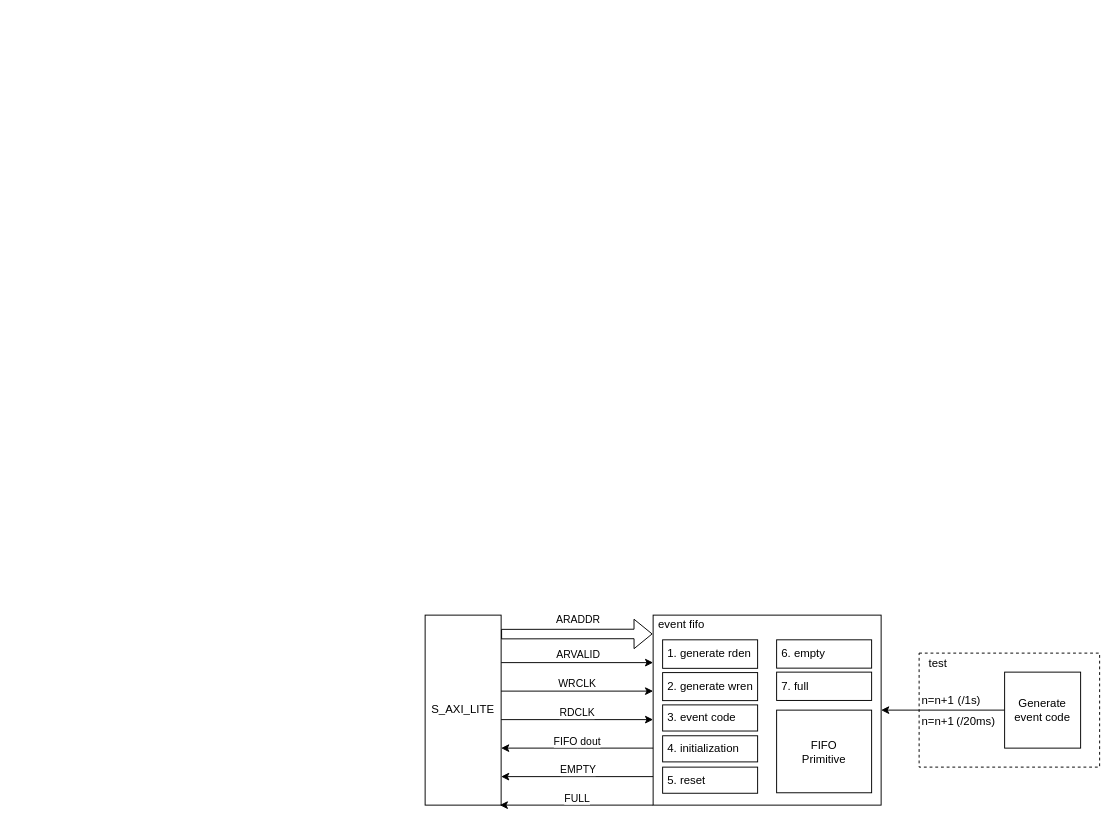
gitzhangzhao/Draw.io keeps this draw.io diagram as Untitled Diagram1.drawio. Above is the earlier version. Source tidied: cells renumbered, new cells numbered last; positions are measured from the earlier drawing's top-left corner, leaving out a move shared by most shapes. Both pictures are drawn from the tidied source at 95%, with x=0, y=0 at pixel (425, 615).
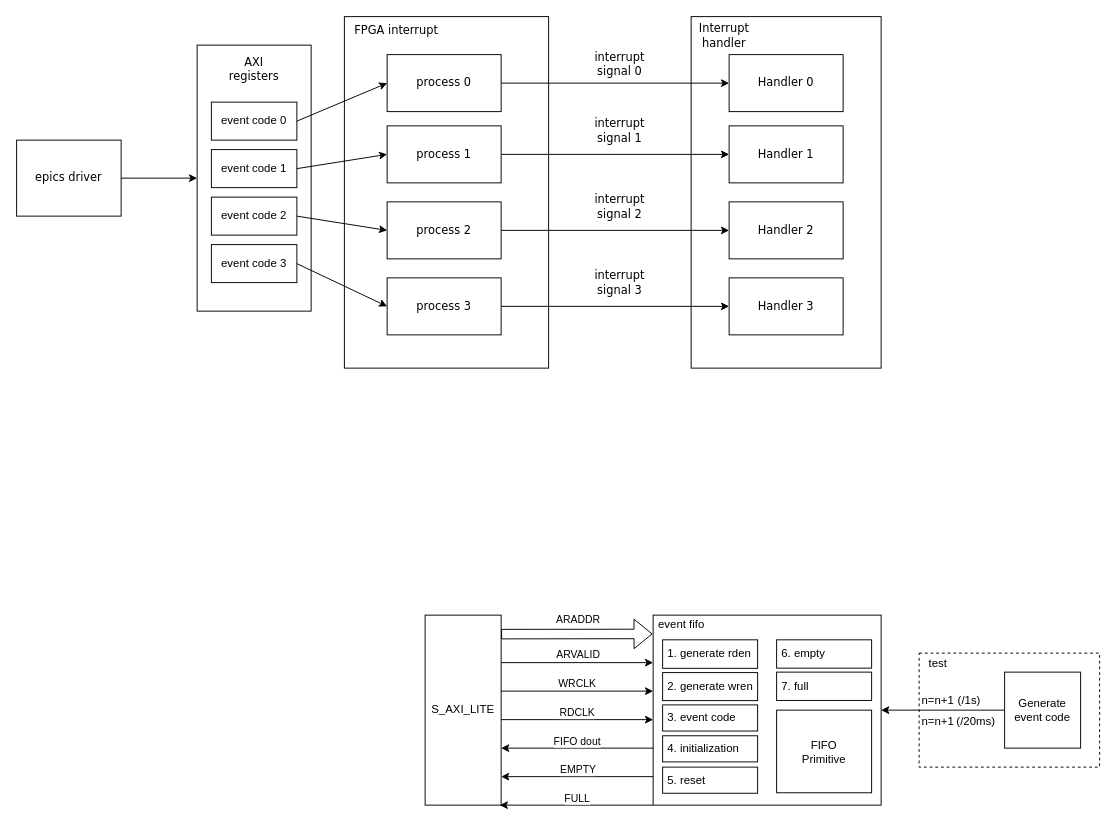
The same diagram, later.

What changed in the source:
```diff
@@
+    <mxCell id="36" style="rounded=0;whiteSpace=wrap;html=1;fontFamily=Verdana;" parent="1" vertex="1">
+      <mxGeometry x="280" y="-630" width="200" height="370" as="geometry" />
+    </mxCell>
+    <mxCell id="37" style="rounded=0;whiteSpace=wrap;html=1;" parent="1" vertex="1">
+      <mxGeometry x="-240" y="-600" width="120" height="280" as="geometry" />
+    </mxCell>
@@
+    <mxCell id="38" value="&lt;div&gt;&lt;font face=&quot;Verdana&quot;&gt;AXI&lt;/font&gt;&lt;/div&gt;&lt;div&gt;&lt;font face=&quot;Verdana&quot;&gt;registers&lt;/font&gt;&lt;/div&gt;" style="text;html=1;strokeColor=none;fillColor=none;align=center;verticalAlign=middle;whiteSpace=wrap;rounded=0;" parent="1" vertex="1">
+      <mxGeometry x="-210" y="-590" width="60" height="30" as="geometry" />
+    </mxCell>
+    <mxCell id="39" value="event code 0" style="rounded=0;whiteSpace=wrap;html=1;" parent="1" vertex="1">
+      <mxGeometry x="-225" y="-540" width="90" height="40" as="geometry" />
+    </mxCell>
+    <mxCell id="40" value="event code 1" style="rounded=0;whiteSpace=wrap;html=1;" parent="1" vertex="1">
+      <mxGeometry x="-225" y="-490" width="90" height="40" as="geometry" />
+    </mxCell>
+    <mxCell id="41" value="event code 2" style="rounded=0;whiteSpace=wrap;html=1;" parent="1" vertex="1">
+      <mxGeometry x="-225" y="-440" width="90" height="40" as="geometry" />
+    </mxCell>
+    <mxCell id="42" value="event code 3" style="rounded=0;whiteSpace=wrap;html=1;" parent="1" vertex="1">
+      <mxGeometry x="-225" y="-390" width="90" height="40" as="geometry" />
+    </mxCell>
+    <mxCell id="43" style="edgeStyle=orthogonalEdgeStyle;rounded=0;jettySize=auto;html=1;exitX=1;exitY=0.5;exitDx=0;exitDy=0;fontFamily=Verdana;" parent="1" edge="1" source="44" target="37">
+      <mxGeometry relative="1" as="geometry" />
+    </mxCell>
+    <mxCell id="44" value="epics driver" style="rounded=0;whiteSpace=wrap;html=1;fontFamily=Verdana;" parent="1" vertex="1">
+      <mxGeometry x="-430" y="-500" width="110" height="80" as="geometry" />
+    </mxCell>
+    <mxCell id="45" style="rounded=0;whiteSpace=wrap;html=1;fontFamily=Verdana;" parent="1" vertex="1">
+      <mxGeometry x="-85" y="-630" width="215" height="370" as="geometry" />
+    </mxCell>
+    <mxCell id="46" style="edgeStyle=orthogonalEdgeStyle;rounded=0;jettySize=auto;html=1;exitX=1;exitY=0.5;exitDx=0;exitDy=0;entryX=0;entryY=0.5;entryDx=0;entryDy=0;fontFamily=Verdana;" parent="1" edge="1" source="47" target="60">
+      <mxGeometry relative="1" as="geometry" />
+    </mxCell>
+    <mxCell id="47" value="process 0" style="rounded=0;whiteSpace=wrap;html=1;fontFamily=Verdana;" parent="1" vertex="1">
+      <mxGeometry x="-40" y="-590" width="120" height="60" as="geometry" />
+    </mxCell>
+    <mxCell id="48" style="edgeStyle=orthogonalEdgeStyle;rounded=0;jettySize=auto;html=1;exitX=1;exitY=0.5;exitDx=0;exitDy=0;fontFamily=Verdana;" parent="1" edge="1" source="49" target="61">
+      <mxGeometry relative="1" as="geometry" />
+    </mxCell>
+    <mxCell id="49" value="process 1" style="rounded=0;whiteSpace=wrap;html=1;fontFamily=Verdana;" parent="1" vertex="1">
+      <mxGeometry x="-40" y="-515" width="120" height="60" as="geometry" />
+    </mxCell>
+    <mxCell id="50" style="edgeStyle=orthogonalEdgeStyle;rounded=0;jettySize=auto;html=1;exitX=1;exitY=0.5;exitDx=0;exitDy=0;entryX=0;entryY=0.5;entryDx=0;entryDy=0;fontFamily=Verdana;" parent="1" edge="1" source="51" target="62">
+      <mxGeometry relative="1" as="geometry" />
+    </mxCell>
+    <mxCell id="51" value="process 2" style="rounded=0;whiteSpace=wrap;html=1;fontFamily=Verdana;" parent="1" vertex="1">
+      <mxGeometry x="-40" y="-435" width="120" height="60" as="geometry" />
+    </mxCell>
+    <mxCell id="52" style="edgeStyle=orthogonalEdgeStyle;rounded=0;jettySize=auto;html=1;exitX=1;exitY=0.5;exitDx=0;exitDy=0;entryX=0;entryY=0.5;entryDx=0;entryDy=0;fontFamily=Verdana;" parent="1" edge="1" source="53" target="63">
+      <mxGeometry relative="1" as="geometry" />
+    </mxCell>
+    <mxCell id="53" value="process 3" style="rounded=0;whiteSpace=wrap;html=1;fontFamily=Verdana;" parent="1" vertex="1">
+      <mxGeometry x="-40" y="-355" width="120" height="60" as="geometry" />
+    </mxCell>
+    <mxCell id="54" style="endArrow=classic;html=1;rounded=0;fontFamily=Verdana;exitX=1;exitY=0.5;exitDx=0;exitDy=0;entryX=0;entryY=0.5;entryDx=0;entryDy=0;" parent="1" edge="1" source="39" target="47">
+      <mxGeometry relative="1" as="geometry" />
+    </mxCell>
+    <mxCell id="55" style="endArrow=classic;html=1;rounded=0;fontFamily=Verdana;exitX=1;exitY=0.5;exitDx=0;exitDy=0;entryX=0;entryY=0.5;entryDx=0;entryDy=0;" parent="1" edge="1" source="40" target="49">
+      <mxGeometry relative="1" as="geometry" />
+    </mxCell>
+    <mxCell id="56" style="endArrow=classic;html=1;rounded=0;fontFamily=Verdana;exitX=1;exitY=0.5;exitDx=0;exitDy=0;entryX=0;entryY=0.5;entryDx=0;entryDy=0;" parent="1" edge="1" source="41" target="51">
+      <mxGeometry relative="1" as="geometry" />
+    </mxCell>
+    <mxCell id="57" style="endArrow=classic;html=1;rounded=0;fontFamily=Verdana;exitX=1;exitY=0.5;exitDx=0;exitDy=0;entryX=0;entryY=0.5;entryDx=0;entryDy=0;" parent="1" edge="1" source="42" target="53">
+      <mxGeometry relative="1" as="geometry" />
+    </mxCell>
+    <mxCell id="58" value="FPGA interrupt" style="text;html=1;strokeColor=none;fillColor=none;align=center;verticalAlign=middle;whiteSpace=wrap;rounded=0;fontFamily=Verdana;" parent="1" vertex="1">
+      <mxGeometry x="-85" y="-630" width="110" height="30" as="geometry" />
+    </mxCell>
+    <mxCell id="59" value="Interrupt handler" style="text;html=1;strokeColor=none;fillColor=none;align=center;verticalAlign=middle;whiteSpace=wrap;rounded=0;fontFamily=Verdana;" parent="1" vertex="1">
+      <mxGeometry x="280" y="-630" width="70" height="40" as="geometry" />
+    </mxCell>
+    <mxCell id="60" value="Handler 0" style="rounded=0;whiteSpace=wrap;html=1;fontFamily=Verdana;" parent="1" vertex="1">
+      <mxGeometry x="320" y="-590" width="120" height="60" as="geometry" />
+    </mxCell>
+    <mxCell id="61" value="Handler 1" style="rounded=0;whiteSpace=wrap;html=1;fontFamily=Verdana;" parent="1" vertex="1">
+      <mxGeometry x="320" y="-515" width="120" height="60" as="geometry" />
+    </mxCell>
+    <mxCell id="62" value="Handler 2" style="rounded=0;whiteSpace=wrap;html=1;fontFamily=Verdana;" parent="1" vertex="1">
+      <mxGeometry x="320" y="-435" width="120" height="60" as="geometry" />
+    </mxCell>
+    <mxCell id="63" value="Handler 3" style="rounded=0;whiteSpace=wrap;html=1;fontFamily=Verdana;" parent="1" vertex="1">
+      <mxGeometry x="320" y="-355" width="120" height="60" as="geometry" />
+    </mxCell>
+    <mxCell id="64" value="&lt;div&gt;interrupt&lt;/div&gt;&lt;div&gt;signal 0&lt;br&gt;&lt;/div&gt;" style="text;html=1;strokeColor=none;fillColor=none;align=center;verticalAlign=middle;whiteSpace=wrap;rounded=0;fontFamily=Verdana;" parent="1" vertex="1">
+      <mxGeometry x="170" y="-600" width="70" height="40" as="geometry" />
+    </mxCell>
+    <mxCell id="65" value="&lt;div&gt;interrupt&lt;/div&gt;&lt;div&gt;signal 1&lt;br&gt;&lt;/div&gt;" style="text;html=1;strokeColor=none;fillColor=none;align=center;verticalAlign=middle;whiteSpace=wrap;rounded=0;fontFamily=Verdana;" parent="1" vertex="1">
+      <mxGeometry x="170" y="-530" width="70" height="40" as="geometry" />
+    </mxCell>
+    <mxCell id="66" value="&lt;div&gt;interrupt&lt;/div&gt;&lt;div&gt;signal 2&lt;br&gt;&lt;/div&gt;" style="text;html=1;strokeColor=none;fillColor=none;align=center;verticalAlign=middle;whiteSpace=wrap;rounded=0;fontFamily=Verdana;" parent="1" vertex="1">
+      <mxGeometry x="170" y="-450" width="70" height="40" as="geometry" />
+    </mxCell>
+    <mxCell id="67" value="&lt;div&gt;interrupt&lt;/div&gt;&lt;div&gt;signal 3&lt;br&gt;&lt;/div&gt;" style="text;html=1;strokeColor=none;fillColor=none;align=center;verticalAlign=middle;whiteSpace=wrap;rounded=0;fontFamily=Verdana;" parent="1" vertex="1">
+      <mxGeometry x="170" y="-370" width="70" height="40" as="geometry" />
+    </mxCell>
```
